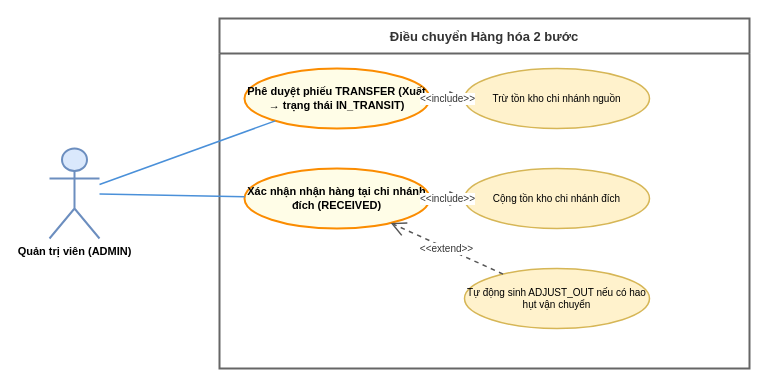
The draw.io diagram UseCase/ADMIN/12_dieu_chuyen_hang_hoa.drawio in Nghiatv2006/KhoHang, before the edit. Source tidied: cells renumbered, new cells numbered last; positions are measured from the earlier drawing's top-left corner, leaving out a move shared by most shapes. Both pictures are drawn from the tidied source at 100%, with x=0, y=0 at pixel (49, 18).
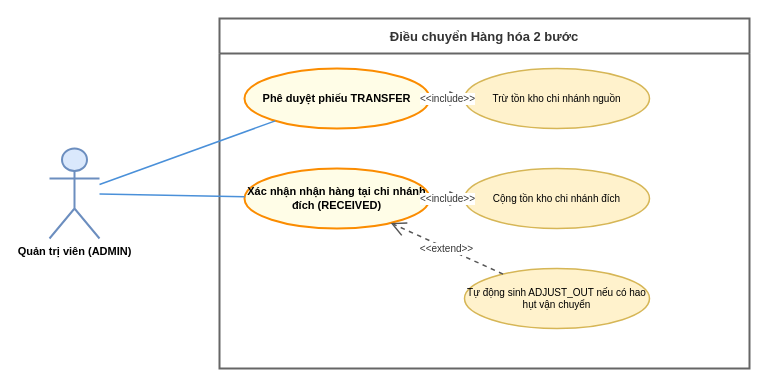
Above is the later version.

What changed in the source:
```diff
@@
 <mxGraphModel>
   <root>
     <mxCell id="0" />
     <mxCell id="1" parent="0" />
     <mxCell id="2" value="Điều chuyển Hàng hóa 2 bước" style="swimlane;startSize=35;whiteSpace=wrap;html=1;fontStyle=1;fontSize=13;                    fillColor=#f5f5f5;strokeColor=#666666;strokeWidth=2;fontColor=#333333;align=center;" parent="1" vertex="1">
       <mxGeometry x="170" width="530" height="350" as="geometry" />
     </mxCell>
     <mxCell id="3" value="Quản trị viên (ADMIN)" style="shape=umlActor;verticalLabelPosition=bottom;verticalAlign=top;html=1;                    outlineConnect=0;fillColor=#dae8fc;strokeColor=#6c8ebf;strokeWidth=2;                    fontColor=#1a1a1a;fontStyle=1;fontSize=11;" parent="1" vertex="1">
       <mxGeometry y="130" width="50" height="90" as="geometry" />
     </mxCell>
-    <mxCell id="4" value="Phê duyệt phiếu TRANSFER (Xuất → trạng thái IN_TRANSIT)" style="ellipse;whiteSpace=wrap;html=1;fillColor=#fffde7;strokeColor=#fb8c00;strokeWidth=2;fontStyle=1;fontSize=11;align=center;" parent="1" vertex="1">
+    <mxCell id="4" value="Phê duyệt phiếu TRANSFER" style="ellipse;whiteSpace=wrap;html=1;fillColor=#fffde7;strokeColor=#fb8c00;strokeWidth=2;fontStyle=1;fontSize=11;align=center;" parent="1" vertex="1">
       <mxGeometry x="195" y="50" width="185" height="60" as="geometry" />
     </mxCell>
     <mxCell id="5" value="Xác nhận nhận hàng tại chi nhánh đích (RECEIVED)" style="ellipse;whiteSpace=wrap;html=1;fillColor=#fffde7;strokeColor=#fb8c00;strokeWidth=2;fontStyle=1;fontSize=11;align=center;" parent="1" vertex="1">
       <mxGeometry x="195" y="150" width="185" height="60" as="geometry" />
     </mxCell>
     <mxCell id="6" value="Trừ tồn kho chi nhánh nguồn" style="ellipse;whiteSpace=wrap;html=1;fillColor=#fff2cc;strokeColor=#d6b656;strokeWidth=1.5;fontSize=10;align=center;" parent="1" vertex="1">
       <mxGeometry x="415" y="50" width="185" height="60" as="geometry" />
     </mxCell>
     <mxCell id="7" value="Cộng tồn kho chi nhánh đích" style="ellipse;whiteSpace=wrap;html=1;fillColor=#fff2cc;strokeColor=#d6b656;strokeWidth=1.5;fontSize=10;align=center;" parent="1" vertex="1">
       <mxGeometry x="415" y="150" width="185" height="60" as="geometry" />
     </mxCell>
     <mxCell id="8" value="Tự động sinh ADJUST_OUT nếu có hao hụt vận chuyển" style="ellipse;whiteSpace=wrap;html=1;fillColor=#fff2cc;strokeColor=#d6b656;strokeWidth=1.5;fontSize=10;align=center;" parent="1" vertex="1">
       <mxGeometry x="415" y="250" width="185" height="60" as="geometry" />
     </mxCell>
     <mxCell id="9" style="endArrow=none;html=1;rounded=0;strokeColor=#4a90d9;strokeWidth=1.5;" parent="1" edge="1" source="3" target="4">
       <mxGeometry relative="1" as="geometry" />
     </mxCell>
     <mxCell id="10" style="endArrow=none;html=1;rounded=0;strokeColor=#4a90d9;strokeWidth=1.5;" parent="1" edge="1" source="3" target="5">
       <mxGeometry relative="1" as="geometry" />
     </mxCell>
     <mxCell id="11" value="&amp;lt;&amp;lt;include&amp;gt;&amp;gt;" style="endArrow=open;endSize=12;dashed=1;html=1;rounded=0;strokeColor=#555555;strokeWidth=1.5;labelBackgroundColor=#ffffff;fontColor=#333333;fontSize=10;align=center;" parent="1" edge="1" source="4" target="6">
       <mxGeometry relative="1" as="geometry" />
     </mxCell>
     <mxCell id="12" value="&amp;lt;&amp;lt;include&amp;gt;&amp;gt;" style="endArrow=open;endSize=12;dashed=1;html=1;rounded=0;strokeColor=#555555;strokeWidth=1.5;labelBackgroundColor=#ffffff;fontColor=#333333;fontSize=10;align=center;" parent="1" edge="1" source="5" target="7">
       <mxGeometry relative="1" as="geometry" />
     </mxCell>
     <mxCell id="13" value="&amp;lt;&amp;lt;extend&amp;gt;&amp;gt;" style="endArrow=open;endSize=12;dashed=1;html=1;rounded=0;strokeColor=#555555;strokeWidth=1.5;labelBackgroundColor=#ffffff;fontColor=#333333;fontSize=10;align=center;" parent="1" edge="1" source="8" target="5">
       <mxGeometry relative="1" as="geometry" />
     </mxCell>
   </root>
 </mxGraphModel>
```
